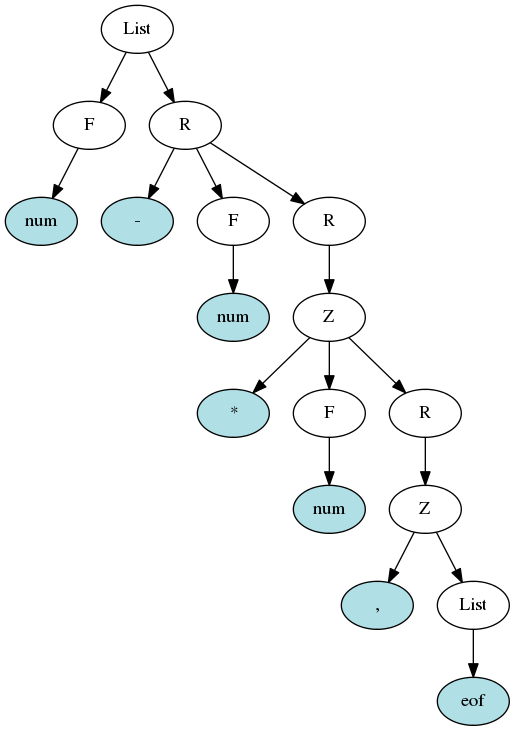
This is calc/test.good.png from drewtaylors/cs160, a Graphviz export, as it was before one commit. Its source is kept beside it as calc/test.good.dot. Its diagram source:
```dot
digraph G { page="8.5,11"; size="7.5, 10"
	"List_1" [label="List"]
	"F_2" [label="F"]
	"List_1" -> "F_2"
	"num_3" [label="num",style=filled,fillcolor=powderblue]
	"F_2" -> "num_3"
	"R_4" [label="R"]
	"List_1" -> "R_4"
	"-_5" [label="-",style=filled,fillcolor=powderblue]
	"R_4" -> "-_5"
	"F_6" [label="F"]
	"R_4" -> "F_6"
	"num_7" [label="num",style=filled,fillcolor=powderblue]
	"F_6" -> "num_7"
	"R_8" [label="R"]
	"R_4" -> "R_8"
	"Z_9" [label="Z"]
	"R_8" -> "Z_9"
	"*_10" [label="*",style=filled,fillcolor=powderblue]
	"Z_9" -> "*_10"
	"F_11" [label="F"]
	"Z_9" -> "F_11"
	"num_12" [label="num",style=filled,fillcolor=powderblue]
	"F_11" -> "num_12"
	"R_13" [label="R"]
	"Z_9" -> "R_13"
	"Z_14" [label="Z"]
	"R_13" -> "Z_14"
	",_15" [label=",",style=filled,fillcolor=powderblue]
	"Z_14" -> ",_15"
	"List_16" [label="List"]
	"Z_14" -> "List_16"
	"eof_17" [label="eof",style=filled,fillcolor=powderblue]
	"List_16" -> "eof_17"
};
```
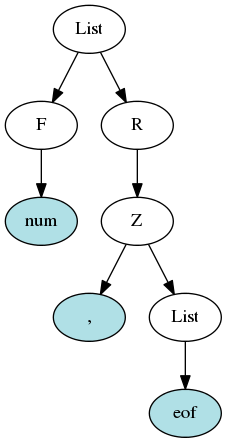
After the change.

What changed in the source:
```diff
@@ -2,34 +2,8 @@
 	"List_1" [label="List"]
 	"F_2" [label="F"]
 	"List_1" -> "F_2"
-	"num_3" [label="num",style=filled,fillcolor=powderblue]
-	"F_2" -> "num_3"
-	"R_4" [label="R"]
-	"List_1" -> "R_4"
-	"-_5" [label="-",style=filled,fillcolor=powderblue]
-	"R_4" -> "-_5"
-	"F_6" [label="F"]
-	"R_4" -> "F_6"
-	"num_7" [label="num",style=filled,fillcolor=powderblue]
-	"F_6" -> "num_7"
-	"R_8" [label="R"]
-	"R_4" -> "R_8"
-	"Z_9" [label="Z"]
-	"R_8" -> "Z_9"
-	"*_10" [label="*",style=filled,fillcolor=powderblue]
-	"Z_9" -> "*_10"
-	"F_11" [label="F"]
-	"Z_9" -> "F_11"
-	"num_12" [label="num",style=filled,fillcolor=powderblue]
-	"F_11" -> "num_12"
-	"R_13" [label="R"]
-	"Z_9" -> "R_13"
-	"Z_14" [label="Z"]
-	"R_13" -> "Z_14"
-	",_15" [label=",",style=filled,fillcolor=powderblue]
-	"Z_14" -> ",_15"
-	"List_16" [label="List"]
-	"Z_14" -> "List_16"
-	"eof_17" [label="eof",style=filled,fillcolor=powderblue]
-	"List_16" -> "eof_17"
-};
+	"(_3" [label="(",style=filled,fillcolor=powderblue]
+	"F_2" -> "(_3"
+	"List_4" [label="List"]
+	"F_2" -> "List_4"
+syntax error: found ) in parsing F - line 1
```
